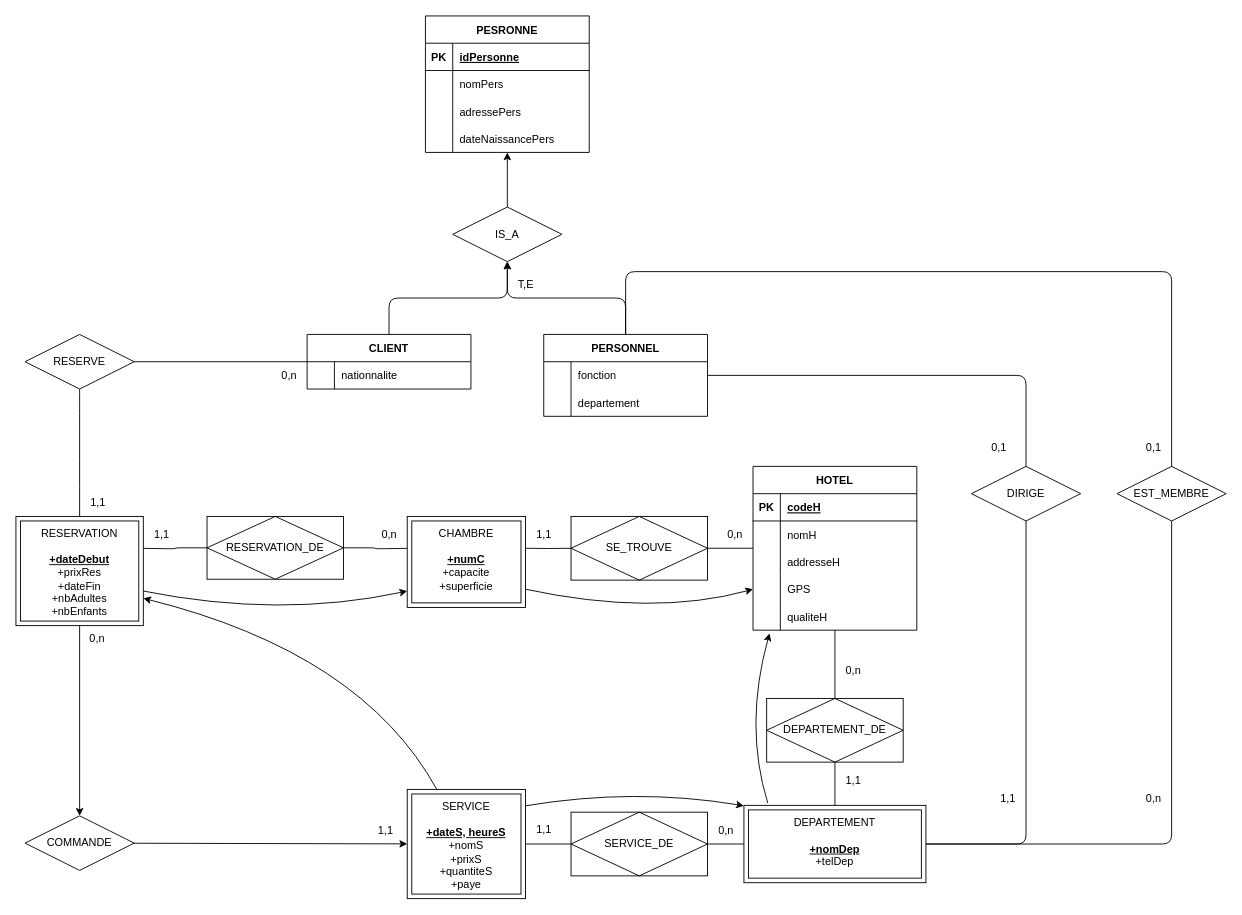
Earlier version of the draw.io diagram Schema E-A.drawio (LucasTHOMAS18/SAE-BD-1). Source tidied: cells renumbered, new cells numbered last; positions are measured from the earlier drawing's top-left corner, leaving out a move shared by most shapes. Both pictures are drawn from the tidied source at 91%, with x=0, y=0 at pixel (15, 15).
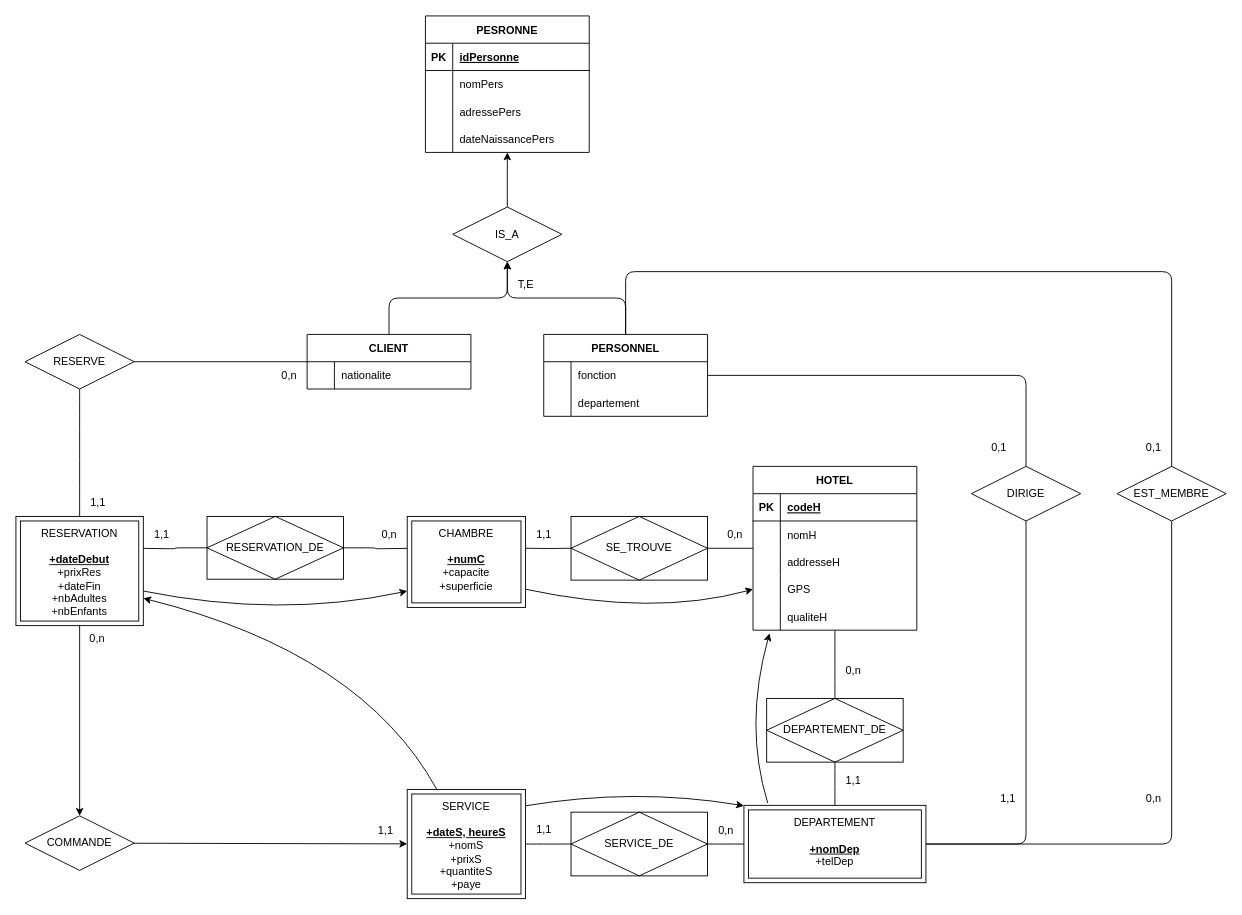
After the change.

Commit message (it also covers changes not shown here):
Correction faute orthographe

The change refers to these unchanged cells:
```xml
<mxCell id="20" style="shape=tableRow;horizontal=0;startSize=0;swimlaneHead=0;swimlaneBody=0;fillColor=none;top=0;left=0;right=0;bottom=0;" parent="19" vertex="1">
  <mxGeometry y="30" width="180" height="30" as="geometry" />
</mxCell>
```

The edit, as a diff of the source:
```diff
@@
-    <mxCell id="22" value="nationnalite" style="shape=partialRectangle;fillColor=none;top=0;left=0;bottom=0;right=0;align=left;spacingLeft=6;overflow=hidden;" parent="20" vertex="1">
+    <mxCell id="22" value="nationalite" style="shape=partialRectangle;fillColor=none;top=0;left=0;bottom=0;right=0;align=left;spacingLeft=6;overflow=hidden;" parent="20" vertex="1">
       <mxGeometry x="30" width="150" height="30" as="geometry" />
     </mxCell>
```
